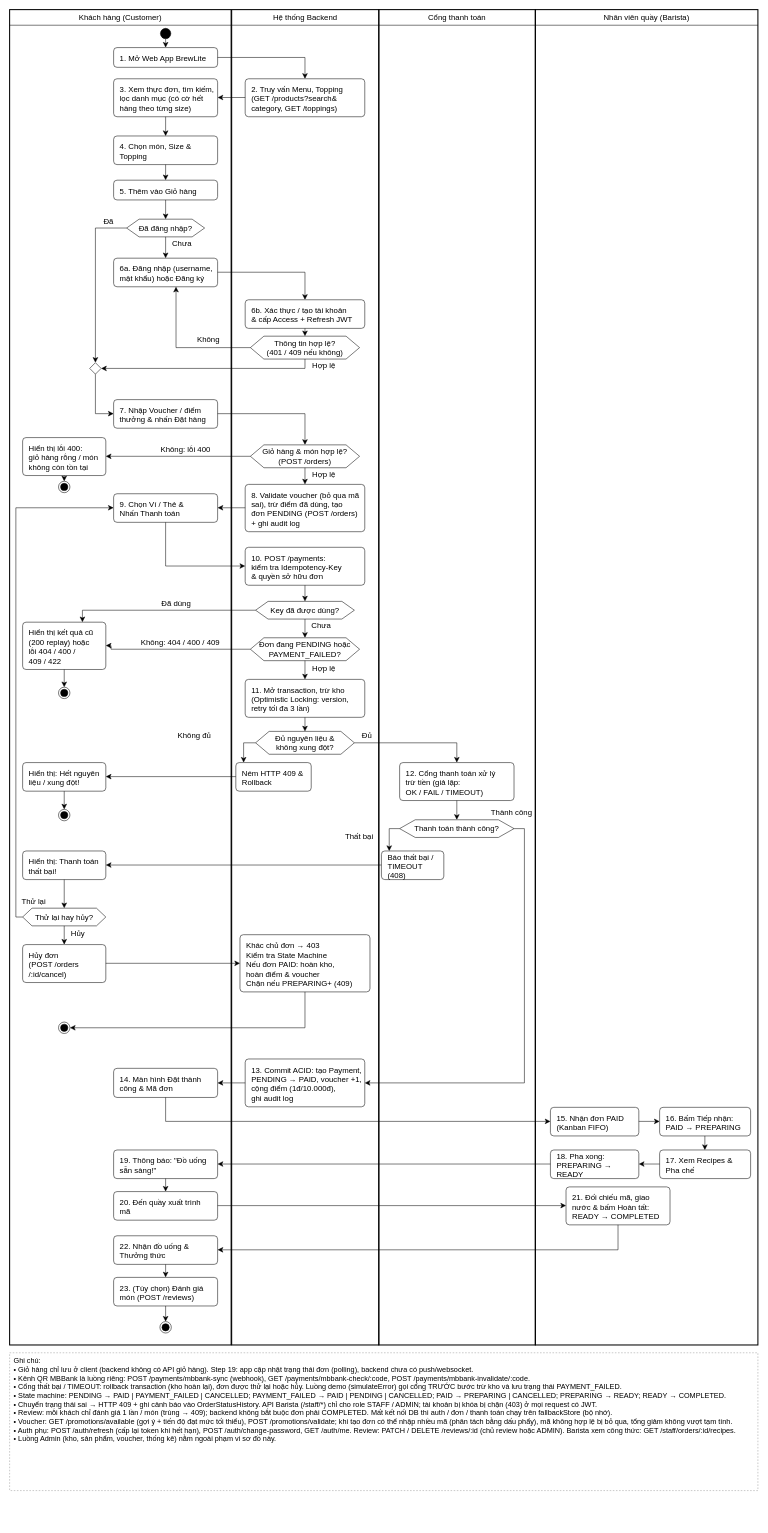
This is docs/BrewLite_Activity_Diagram_EndToEnd.drawio from hanhdevsgu/BrewLite-Assignment2, a draw.io file, before an edit. Source tidied: cells renumbered, new cells numbered last; positions are measured from the earlier drawing's top-left corner, leaving out a move shared by most shapes. Both pictures are drawn from the tidied source at 52%, with x=0, y=0 at pixel (9, 9).
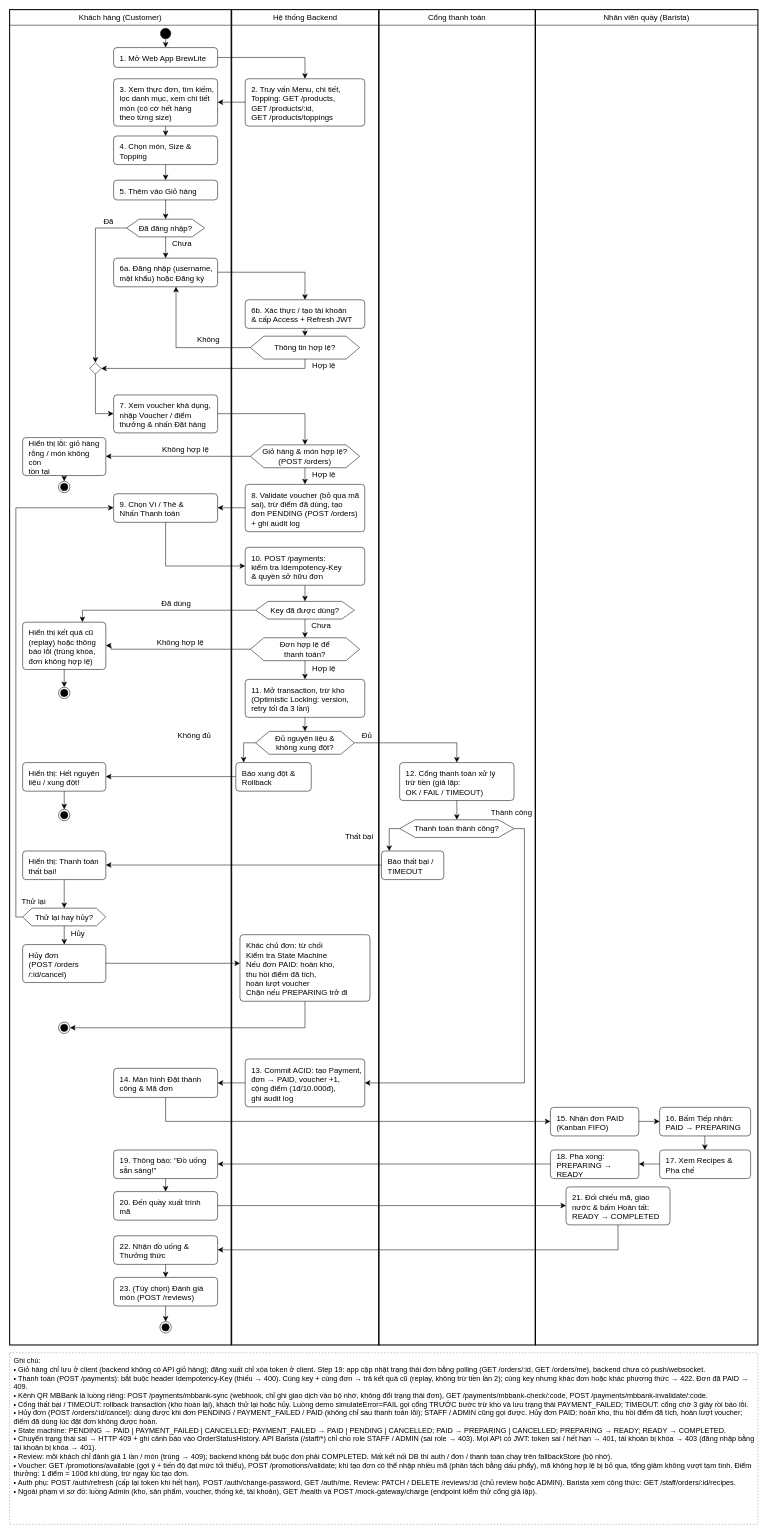
The same page after the edit.

Commit message (it also covers changes not shown here):
docs(diagrams): update final Usecase (01, 03) and Activity diagrams and re-export crisp PNGs

Diff of the diagram source:
```diff
@@
-    <mxCell id="14" value="2. Truy vấn Menu, Topping&lt;br&gt;(GET /products?search&amp;&lt;br&gt;category, GET /toppings)" style="rounded=1;absoluteArcSize=1;arcSize=13;whiteSpace=wrap;html=1;align=left;spacingLeft=10;spacingRight=4;fontSize=15;strokeWidth=1;spacingTop=3;" parent="1" vertex="1">
-      <mxGeometry x="453" y="133" width="230" height="73" as="geometry" />
+    <mxCell id="14" value="2. Truy vấn Menu, chi tiết,&lt;br&gt;Topping: GET /products,&lt;br&gt;GET /products/:id,&lt;br&gt;GET /products/toppings" style="rounded=1;absoluteArcSize=1;arcSize=13;whiteSpace=wrap;html=1;align=left;spacingLeft=10;spacingRight=4;fontSize=15;strokeWidth=1;spacingTop=3;" parent="1" vertex="1">
+      <mxGeometry x="453" y="133" width="230" height="91" as="geometry" />
     </mxCell>
-    <mxCell id="15" value="3. Xem thực đơn, tìm kiếm,&lt;br&gt;lọc danh mục (có cờ hết&lt;br&gt;hàng theo từng size)" style="rounded=1;absoluteArcSize=1;arcSize=13;whiteSpace=wrap;html=1;align=left;spacingLeft=10;spacingRight=4;fontSize=15;strokeWidth=1;spacingTop=3;" parent="1" vertex="1">
-      <mxGeometry x="200" y="133" width="200" height="73" as="geometry" />
+    <mxCell id="15" value="3. Xem thực đơn, tìm kiếm,&lt;br&gt;lọc danh mục, xem chi tiết&lt;br&gt;món (có cờ hết hàng&lt;br&gt;theo từng size)" style="rounded=1;absoluteArcSize=1;arcSize=13;whiteSpace=wrap;html=1;align=left;spacingLeft=10;spacingRight=4;fontSize=15;strokeWidth=1;spacingTop=3;" parent="1" vertex="1">
+      <mxGeometry x="200" y="133" width="200" height="91" as="geometry" />
     </mxCell>
     <mxCell id="16" style="endArrow=classic;html=1;rounded=0;endSize=8;strokeWidth=1;" parent="1" edge="1">
       <mxGeometry relative="1" as="geometry">
-        <mxPoint x="453" y="169" as="sourcePoint" />
-        <mxPoint x="400" y="169" as="targetPoint" />
+        <mxPoint x="453" y="178" as="sourcePoint" />
+        <mxPoint x="400" y="178" as="targetPoint" />
       </mxGeometry>
     </mxCell>
     <mxCell id="17" style="endArrow=classic;html=1;rounded=0;endSize=8;strokeWidth=1;" parent="1" edge="1">
       <mxGeometry relative="1" as="geometry">
-        <mxPoint x="300" y="206" as="sourcePoint" />
+        <mxPoint x="300" y="224" as="sourcePoint" />
         <mxPoint x="300" y="243" as="targetPoint" />
       </mxGeometry>
     </mxCell>
@@
-    <mxCell id="31" value="Thông tin hợp lệ?&lt;br&gt;(401 / 409 nếu không)" style="shape=hexagon;perimeter=hexagonPerimeter2;fixedSize=1;size=26;whiteSpace=wrap;html=1;fontSize=15;align=center;spacingLeft=0;spacingRight=0;" parent="1" vertex="1">
+    <mxCell id="31" value="Thông tin hợp lệ?" style="shape=hexagon;perimeter=hexagonPerimeter2;fixedSize=1;size=26;whiteSpace=wrap;html=1;fontSize=15;align=center;spacingLeft=0;spacingRight=0;" parent="1" vertex="1">
       <mxGeometry x="463" y="628" width="210" height="44" as="geometry" />
     </mxCell>
@@
-    <mxCell id="38" value="7. Nhập Voucher / điểm&lt;br&gt;thưởng &amp; nhấn Đặt hàng" style="rounded=1;absoluteArcSize=1;arcSize=13;whiteSpace=wrap;html=1;align=left;spacingLeft=10;spacingRight=4;fontSize=15;strokeWidth=1;spacingTop=3;" parent="1" vertex="1">
-      <mxGeometry x="200" y="750" width="200" height="55" as="geometry" />
+    <mxCell id="38" value="7. Xem voucher khả dụng,&lt;br&gt;nhập Voucher / điểm&lt;br&gt;thưởng &amp; nhấn Đặt hàng" style="rounded=1;absoluteArcSize=1;arcSize=13;whiteSpace=wrap;html=1;align=left;spacingLeft=10;spacingRight=4;fontSize=15;strokeWidth=1;spacingTop=3;" parent="1" vertex="1">
+      <mxGeometry x="200" y="741" width="200" height="73" as="geometry" />
     </mxCell>
@@
-    <mxCell id="41" value="Không: lỗi 400" style="text;html=1;align=center;verticalAlign=middle;fontSize=15;" parent="1" vertex="1">
+    <mxCell id="41" value="Không hợp lệ" style="text;html=1;align=center;verticalAlign=middle;fontSize=15;" parent="1" vertex="1">
       <mxGeometry x="230" y="835" width="215" height="20" as="geometry" />
     </mxCell>
@@
-    <mxCell id="43" value="Hiển thị lỗi 400:&lt;br&gt;giỏ hàng rỗng / món&lt;br&gt;không còn tồn tại" style="rounded=1;absoluteArcSize=1;arcSize=13;whiteSpace=wrap;html=1;align=left;spacingLeft=10;spacingRight=4;fontSize=15;strokeWidth=1;spacingTop=3;" parent="1" vertex="1">
+    <mxCell id="43" value="Hiển thị lỗi: giỏ hàng&lt;br&gt;rỗng / món không còn&lt;br&gt;tồn tại" style="rounded=1;absoluteArcSize=1;arcSize=13;whiteSpace=wrap;html=1;align=left;spacingLeft=10;spacingRight=4;fontSize=15;strokeWidth=1;spacingTop=3;" parent="1" vertex="1">
       <mxGeometry x="25" y="823" width="160" height="73" as="geometry" />
     </mxCell>
@@
-    <mxCell id="58" value="Hiển thị kết quả cũ&lt;br&gt;(200 replay) hoặc&lt;br&gt;lỗi 404 / 400 /&lt;br&gt;409 / 422" style="rounded=1;absoluteArcSize=1;arcSize=13;whiteSpace=wrap;html=1;align=left;spacingLeft=10;spacingRight=4;fontSize=15;strokeWidth=1;spacingTop=3;" parent="1" vertex="1">
+    <mxCell id="58" value="Hiển thị kết quả cũ&lt;br&gt;(replay) hoặc thông&lt;br&gt;báo lỗi (trùng khóa,&lt;br&gt;đơn không hợp lệ)" style="rounded=1;absoluteArcSize=1;arcSize=13;whiteSpace=wrap;html=1;align=left;spacingLeft=10;spacingRight=4;fontSize=15;strokeWidth=1;spacingTop=3;" parent="1" vertex="1">
       <mxGeometry x="25" y="1178" width="160" height="91" as="geometry" />
     </mxCell>
@@
-    <mxCell id="64" value="Đơn đang PENDING hoặc&lt;br&gt;PAYMENT_FAILED?" style="shape=hexagon;perimeter=hexagonPerimeter2;fixedSize=1;size=26;whiteSpace=wrap;html=1;fontSize=15;align=center;spacingLeft=0;spacingRight=0;" parent="1" vertex="1">
+    <mxCell id="64" value="Đơn hợp lệ để&lt;br&gt;thanh toán?" style="shape=hexagon;perimeter=hexagonPerimeter2;fixedSize=1;size=26;whiteSpace=wrap;html=1;fontSize=15;align=center;spacingLeft=0;spacingRight=0;" parent="1" vertex="1">
       <mxGeometry x="463" y="1208" width="210" height="44" as="geometry" />
     </mxCell>
-    <mxCell id="65" value="Không: 404 / 400 / 409" style="text;html=1;align=center;verticalAlign=middle;fontSize=15;" parent="1" vertex="1">
+    <mxCell id="65" value="Không hợp lệ" style="text;html=1;align=center;verticalAlign=middle;fontSize=15;" parent="1" vertex="1">
       <mxGeometry x="220" y="1206" width="215" height="20" as="geometry" />
     </mxCell>
@@
-    <mxCell id="74" value="Ném HTTP 409 &amp;&lt;br&gt;Rollback" style="rounded=1;absoluteArcSize=1;arcSize=13;whiteSpace=wrap;html=1;align=left;spacingLeft=10;spacingRight=4;fontSize=15;strokeWidth=1;spacingTop=3;" parent="1" vertex="1">
+    <mxCell id="74" value="Báo xung đột &amp;&lt;br&gt;Rollback" style="rounded=1;absoluteArcSize=1;arcSize=13;whiteSpace=wrap;html=1;align=left;spacingLeft=10;spacingRight=4;fontSize=15;strokeWidth=1;spacingTop=3;" parent="1" vertex="1">
       <mxGeometry x="435" y="1448" width="145" height="55" as="geometry" />
     </mxCell>
@@
-    <mxCell id="87" value="Báo thất bại /&lt;br&gt;TIMEOUT (408)" style="rounded=1;absoluteArcSize=1;arcSize=13;whiteSpace=wrap;html=1;align=left;spacingLeft=10;spacingRight=4;fontSize=15;strokeWidth=1;spacingTop=3;" parent="1" vertex="1">
+    <mxCell id="87" value="Báo thất bại /&lt;br&gt;TIMEOUT" style="rounded=1;absoluteArcSize=1;arcSize=13;whiteSpace=wrap;html=1;align=left;spacingLeft=10;spacingRight=4;fontSize=15;strokeWidth=1;spacingTop=3;" parent="1" vertex="1">
       <mxGeometry x="715" y="1618" width="120" height="55" as="geometry" />
     </mxCell>
@@
-    <mxCell id="100" value="Khác chủ đơn → 403&lt;br&gt;Kiểm tra State Machine&lt;br&gt;Nếu đơn PAID: hoàn kho,&lt;br&gt;hoàn điểm &amp; voucher&lt;br&gt;Chặn nếu PREPARING+ (409)" style="rounded=1;absoluteArcSize=1;arcSize=13;whiteSpace=wrap;html=1;align=left;spacingLeft=10;spacingRight=4;fontSize=15;strokeWidth=1;spacingTop=3;" parent="1" vertex="1">
-      <mxGeometry x="443" y="1779" width="250" height="110" as="geometry" />
+    <mxCell id="100" value="Khác chủ đơn: từ chối&lt;br&gt;Kiểm tra State Machine&lt;br&gt;Nếu đơn PAID: hoàn kho,&lt;br&gt;thu hồi điểm đã tích,&lt;br&gt;hoàn lượt voucher&lt;br&gt;Chặn nếu PREPARING trở đi" style="rounded=1;absoluteArcSize=1;arcSize=13;whiteSpace=wrap;html=1;align=left;spacingLeft=10;spacingRight=4;fontSize=15;strokeWidth=1;spacingTop=3;" parent="1" vertex="1">
+      <mxGeometry x="443" y="1779" width="250" height="128" as="geometry" />
     </mxCell>
     <mxCell id="101" style="endArrow=classic;html=1;rounded=0;endSize=8;strokeWidth=1;" parent="1" edge="1">
       <mxGeometry relative="1" as="geometry">
-        <mxPoint x="568" y="1889" as="sourcePoint" />
+        <mxPoint x="568" y="1907" as="sourcePoint" />
         <mxPoint x="116" y="1958" as="targetPoint" />
         <Array as="points">
           <mxPoint x="568" y="1958" />
         </Array>
       </mxGeometry>
     </mxCell>
@@
-    <mxCell id="104" value="13. Commit ACID: tạo Payment,&lt;br&gt;PENDING → PAID, voucher +1,&lt;br&gt;cộng điểm (1đ/10.000đ),&lt;br&gt;ghi audit log" style="rounded=1;absoluteArcSize=1;arcSize=13;whiteSpace=wrap;html=1;align=left;spacingLeft=10;spacingRight=4;fontSize=15;strokeWidth=1;spacingTop=3;" parent="1" vertex="1">
+    <mxCell id="104" value="13. Commit ACID: tạo Payment,&lt;br&gt;đơn → PAID, voucher +1,&lt;br&gt;cộng điểm (1đ/10.000đ),&lt;br&gt;ghi audit log" style="rounded=1;absoluteArcSize=1;arcSize=13;whiteSpace=wrap;html=1;align=left;spacingLeft=10;spacingRight=4;fontSize=15;strokeWidth=1;spacingTop=3;" parent="1" vertex="1">
       <mxGeometry x="453" y="2018" width="230" height="92" as="geometry" />
     </mxCell>
@@
-    <mxCell id="128" value="Ghi chú:&lt;br&gt;• Giỏ hàng chỉ lưu ở client (backend không có API giỏ hàng). Step 19: app cập nhật trạng thái đơn (polling), backend chưa có push/websocket.&lt;br&gt;• Kênh QR MBBank là luồng riêng: POST /payments/mbbank-sync (webhook), GET /payments/mbbank-check/:code, POST /payments/mbbank-invalidate/:code.&lt;br&gt;• Cổng thất bại / TIMEOUT: rollback transaction (kho hoàn lại), đơn được thử lại hoặc hủy. Luồng demo (simulateError) gọi cổng TRƯỚC bước trừ kho và lưu trạng thái PAYMENT_FAILED.&lt;br&gt;• State machine: PENDING → PAID | PAYMENT_FAILED | CANCELLED;  PAYMENT_FAILED → PAID | PENDING | CANCELLED;  PAID → PREPARING | CANCELLED;  PREPARING → READY;  READY → COMPLETED.&lt;br&gt;• Chuyển trạng thái sai → HTTP 409 + ghi cảnh báo vào OrderStatusHistory. API Barista (/staff/*) chỉ cho role STAFF / ADMIN; tài khoản bị khóa bị chặn (403) ở mọi request có JWT.&lt;br&gt;• Review: mỗi khách chỉ đánh giá 1 lần / món (trùng → 409); backend không bắt buộc đơn phải COMPLETED. Mất kết nối DB thì auth / đơn / thanh toán chạy trên fallbackStore (bộ nhớ).&lt;br&gt;• Voucher: GET /promotions/available (gợi ý + tiến độ đạt mức tối thiểu), POST /promotions/validate; khi tạo đơn có thể nhập nhiều mã (phân tách bằng dấu phẩy), mã không hợp lệ bị bỏ qua, tổng giảm không vượt tạm tính.&lt;br&gt;• Auth phụ: POST /auth/refresh (cấp lại token khi hết hạn), POST /auth/change-password, GET /auth/me.  Review: PATCH / DELETE /reviews/:id (chủ review hoặc ADMIN).  Barista xem công thức: GET /staff/orders/:id/recipes.&lt;br&gt;• Luồng Admin (kho, sản phẩm, voucher, thống kê) nằm ngoài phạm vi sơ đồ này." style="text;html=1;align=left;verticalAlign=top;whiteSpace=wrap;fontSize=14;spacingLeft=6;strokeColor=#999999;dashed=1;" parent="1" vertex="1">
-      <mxGeometry y="2583" width="1439" height="265" as="geometry" />
+    <mxCell id="128" value="Ghi chú:&lt;br&gt;• Giỏ hàng chỉ lưu ở client (backend không có API giỏ hàng); đăng xuất chỉ xóa token ở client. Step 19: app cập nhật trạng thái đơn bằng polling (GET /orders/:id, GET /orders/me), backend chưa có push/websocket.&lt;br&gt;• Thanh toán (POST /payments): bắt buộc header Idempotency-Key (thiếu → 400). Cùng key + cùng đơn → trả kết quả cũ (replay, không trừ tiền lần 2); cùng key nhưng khác đơn hoặc khác phương thức → 422. Đơn đã PAID → 409.&lt;br&gt;• Kênh QR MBBank là luồng riêng: POST /payments/mbbank-sync (webhook, chỉ ghi giao dịch vào bộ nhớ, không đổi trạng thái đơn), GET /payments/mbbank-check/:code, POST /payments/mbbank-invalidate/:code.&lt;br&gt;• Cổng thất bại / TIMEOUT: rollback transaction (kho hoàn lại), khách thử lại hoặc hủy. Luồng demo simulateError=FAIL gọi cổng TRƯỚC bước trừ kho và lưu trạng thái PAYMENT_FAILED; TIMEOUT: cổng chờ 3 giây rồi báo lỗi.&lt;br&gt;• Hủy đơn (POST /orders/:id/cancel): dùng được khi đơn PENDING / PAYMENT_FAILED / PAID (không chỉ sau thanh toán lỗi); STAFF / ADMIN cũng gọi được. Hủy đơn PAID: hoàn kho, thu hồi điểm đã tích, hoàn lượt voucher; điểm đã dùng lúc đặt đơn không được hoàn.&lt;br&gt;• State machine: PENDING → PAID | PAYMENT_FAILED | CANCELLED;  PAYMENT_FAILED → PAID | PENDING | CANCELLED;  PAID → PREPARING | CANCELLED;  PREPARING → READY;  READY → COMPLETED.&lt;br&gt;• Chuyển trạng thái sai → HTTP 409 + ghi cảnh báo vào OrderStatusHistory. API Barista (/staff/*) chỉ cho role STAFF / ADMIN (sai role → 403). Mọi API có JWT: token sai / hết hạn → 401, tài khoản bị khóa → 403 (đăng nhập bằng tài khoản bị khóa → 401).&lt;br&gt;• Review: mỗi khách chỉ đánh giá 1 lần / món (trùng → 409); backend không bắt buộc đơn phải COMPLETED. Mất kết nối DB thì auth / đơn / thanh toán chạy trên fallbackStore (bộ nhớ).&lt;br&gt;• Voucher: GET /promotions/available (gợi ý + tiến độ đạt mức tối thiểu), POST /promotions/validate; khi tạo đơn có thể nhập nhiều mã (phân tách bằng dấu phẩy), mã không hợp lệ bị bỏ qua, tổng giảm không vượt tạm tính. Điểm thưởng: 1 điểm = 100đ khi dùng, trừ ngay lúc tạo đơn.&lt;br&gt;• Auth phụ: POST /auth/refresh (cấp lại token khi hết hạn), POST /auth/change-password, GET /auth/me.  Review: PATCH / DELETE /reviews/:id (chủ review hoặc ADMIN).  Barista xem công thức: GET /staff/orders/:id/recipes.&lt;br&gt;• Ngoài phạm vi sơ đồ: luồng Admin (kho, sản phẩm, voucher, thống kê, tài khoản), GET /health và POST /mock-gateway/charge (endpoint kiểm thử cổng giả lập)." style="text;html=1;align=left;verticalAlign=top;whiteSpace=wrap;fontSize=14;spacingLeft=6;strokeColor=#999999;dashed=1;" parent="1" vertex="1">
+      <mxGeometry y="2583" width="1439" height="330" as="geometry" />
     </mxCell>
```
